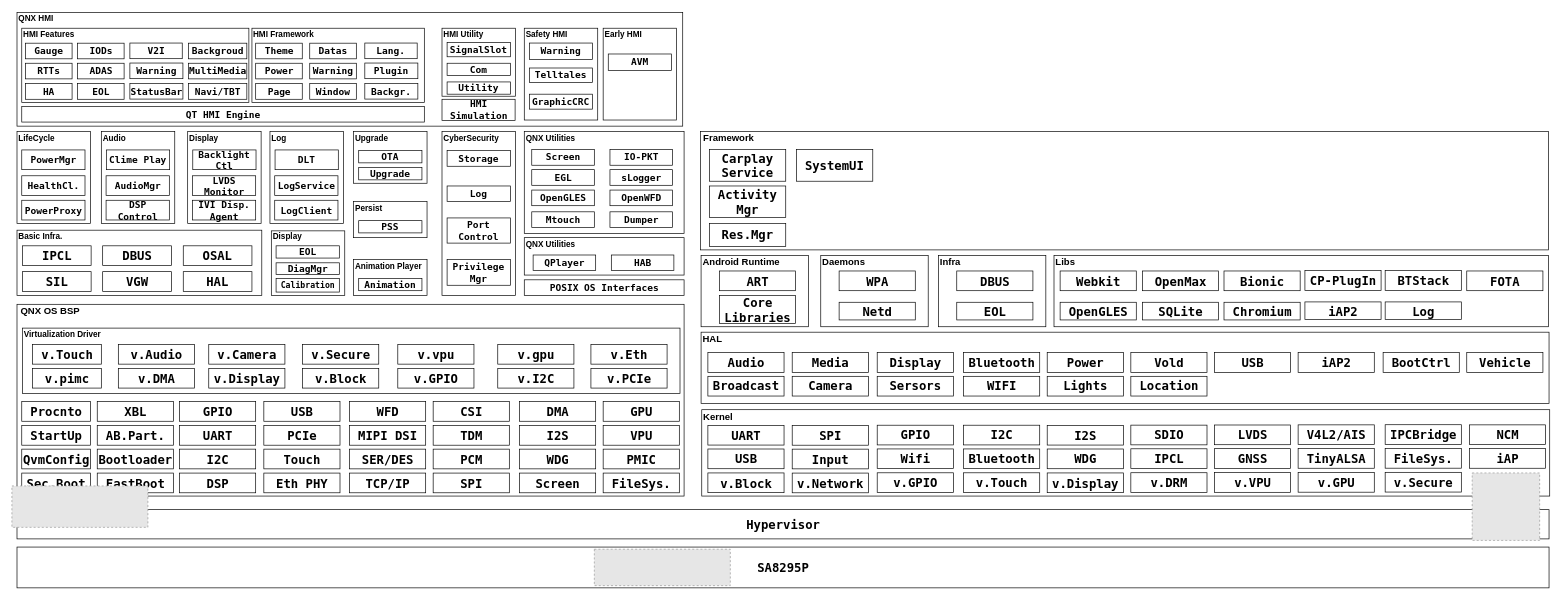
Earlier version of the draw.io diagram AndroidAndQNX_8295.drawio (qxcjust/allkindsofArchitecture). Source tidied: cells renumbered, new cells numbered last; positions are measured from the earlier drawing's top-left corner, leaving out a move shared by most shapes. Both pictures are drawn from the tidied source at 68%, with x=0, y=0 at pixel (12, 12). Pictures stored in the file or linked from it are replaced by grey dashed boxes.
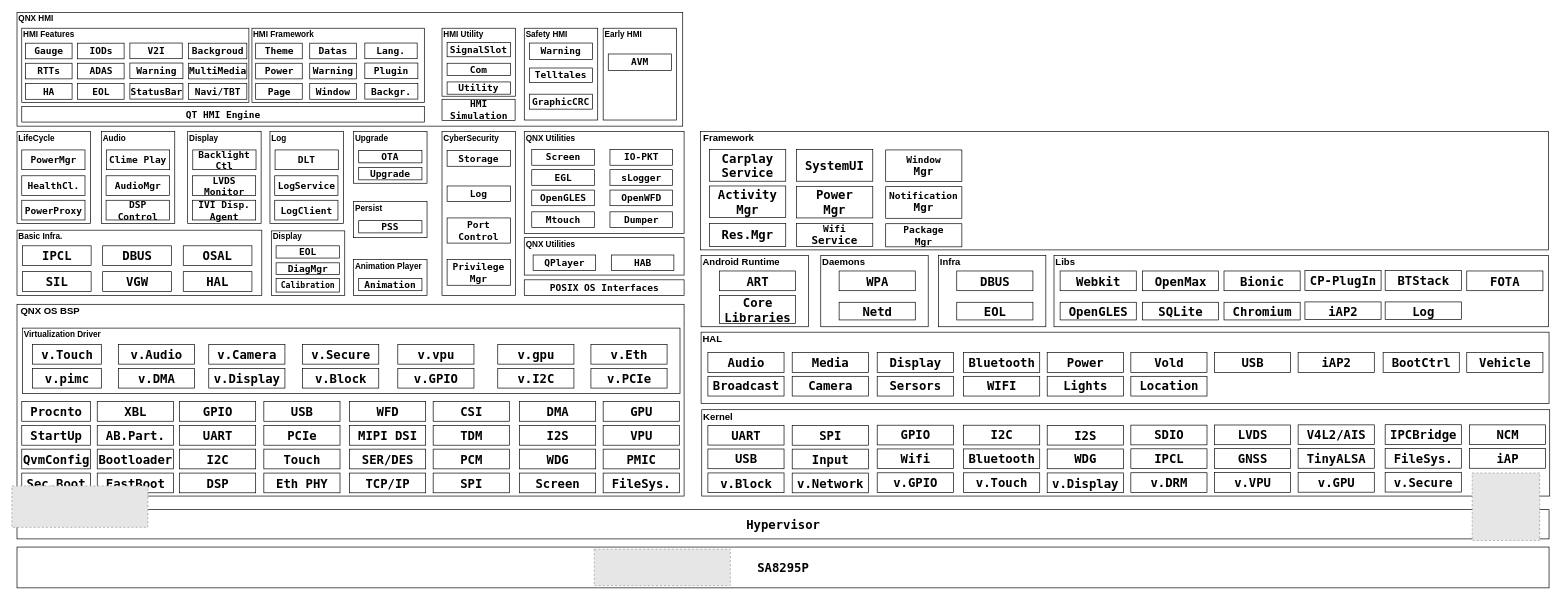
Above is the later version.

What changed in the source:
```diff
@@
+    <mxCell id="243" value="&lt;font face=&quot;Lucida Console&quot;&gt;&lt;span style=&quot;font-size: 18px;&quot;&gt;Power&lt;/span&gt;&lt;/font&gt;&lt;div&gt;&lt;font face=&quot;Lucida Console&quot;&gt;&lt;span style=&quot;font-size: 18px;&quot;&gt;Mgr&lt;/span&gt;&lt;/font&gt;&lt;/div&gt;" style="rounded=0;whiteSpace=wrap;html=1;fontStyle=1;align=center;" parent="1" vertex="1">
+      <mxGeometry x="1154" y="256.5" width="112" height="46.5" as="geometry" />
+    </mxCell>
+    <mxCell id="244" value="&lt;font face=&quot;Lucida Console&quot; style=&quot;font-size: 14px;&quot;&gt;Wifi&lt;/font&gt;&lt;div&gt;&lt;font face=&quot;Lucida Console&quot; style=&quot;&quot; size=&quot;3&quot;&gt;Service&lt;/font&gt;&lt;/div&gt;" style="rounded=0;whiteSpace=wrap;html=1;fontStyle=1;align=center;" parent="1" vertex="1">
+      <mxGeometry x="1154" y="311" width="112" height="34" as="geometry" />
+    </mxCell>
+    <mxCell id="245" value="&lt;font face=&quot;Lucida Console&quot; style=&quot;font-size: 14px;&quot;&gt;Window&lt;/font&gt;&lt;div&gt;&lt;font face=&quot;Lucida Console&quot; size=&quot;3&quot;&gt;Mgr&lt;/font&gt;&lt;/div&gt;" style="rounded=0;whiteSpace=wrap;html=1;fontStyle=1;align=center;" parent="1" vertex="1">
+      <mxGeometry x="1285" y="203" width="112" height="46.5" as="geometry" />
+    </mxCell>
+    <mxCell id="246" value="&lt;font face=&quot;Lucida Console&quot; style=&quot;font-size: 14px;&quot;&gt;Notification&lt;/font&gt;&lt;div&gt;&lt;font face=&quot;Lucida Console&quot; style=&quot;&quot; size=&quot;3&quot;&gt;Mgr&lt;/font&gt;&lt;/div&gt;" style="rounded=0;whiteSpace=wrap;html=1;fontStyle=1;align=center;" parent="1" vertex="1">
+      <mxGeometry x="1285" y="257" width="112" height="46.5" as="geometry" />
+    </mxCell>
+    <mxCell id="247" value="&lt;font face=&quot;Lucida Console&quot;&gt;&lt;span style=&quot;font-size: 14px;&quot;&gt;Package&lt;/span&gt;&lt;/font&gt;&lt;div&gt;&lt;font face=&quot;Lucida Console&quot;&gt;&lt;span style=&quot;font-size: 14px;&quot;&gt;Mgr&lt;/span&gt;&lt;/font&gt;&lt;/div&gt;" style="rounded=0;whiteSpace=wrap;html=1;fontStyle=1;align=center;" parent="1" vertex="1">
+      <mxGeometry x="1285" y="311.5" width="112" height="34" as="geometry" />
+    </mxCell>
```
